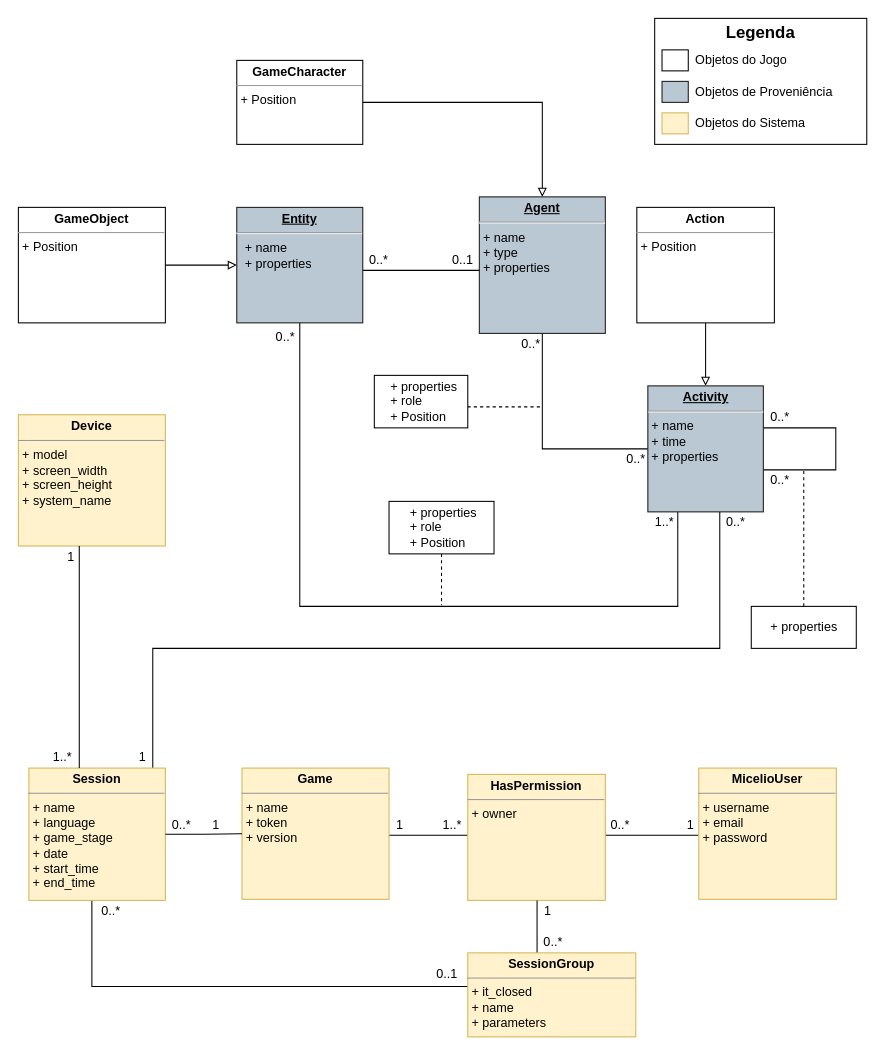
The draw.io diagram page "WebAPI Class Model" (5 of 7) of Documentation/Diagramas/Modelo De Dados Proveniencia.drawio in multisens/micelio, before the edit. Source tidied: cells renumbered, new cells numbered last; positions are measured from the earlier drawing's top-left corner, leaving out a move shared by most shapes. Both pictures are drawn from the tidied source at 105%, with x=0, y=0 at pixel (18, 18).
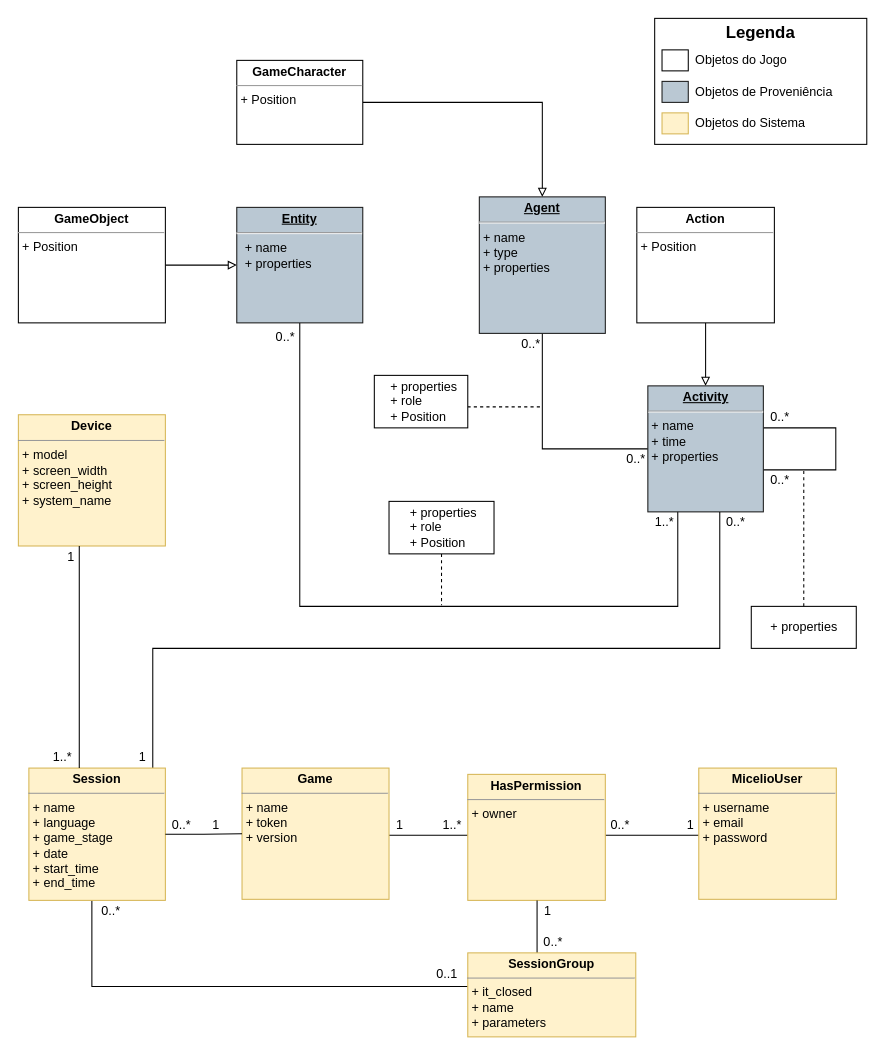
Above is the later version.

Unchanged cells that the change refers to:
```xml
<mxCell id="3" value="&lt;p style=&quot;margin: 0px ; margin-top: 4px ; text-align: center ; text-decoration: underline&quot;&gt;&lt;b&gt;Agent&lt;/b&gt;&lt;/p&gt;&lt;hr&gt;&lt;p style=&quot;margin: 0px 0px 0px 4px&quot;&gt;&lt;span&gt;+ name&lt;/span&gt;&lt;br&gt;&lt;/p&gt;&lt;p style=&quot;margin: 0px 0px 0px 4px&quot;&gt;+ type&lt;/p&gt;&lt;p style=&quot;margin: 0px 0px 0px 4px&quot;&gt;+ properties&lt;/p&gt;&lt;p style=&quot;margin: 0px 0px 0px 4px&quot;&gt;&lt;/p&gt;" style="verticalAlign=top;align=left;overflow=fill;fontSize=12;fontFamily=Helvetica;html=1;fillColor=#bac8d3;strokeColor=#1A1A1A;" parent="1" vertex="1">
  <mxGeometry x="439" y="170" width="120" height="130" as="geometry" />
</mxCell>
<mxCell id="10" value="&lt;p style=&quot;margin: 0px ; margin-top: 4px ; text-align: center ; text-decoration: underline&quot;&gt;&lt;b&gt;Entity&lt;/b&gt;&lt;/p&gt;&lt;hr&gt;&lt;p style=&quot;margin: 0px ; margin-left: 8px&quot;&gt;&lt;span&gt;+ name&lt;/span&gt;&lt;br&gt;&lt;/p&gt;&lt;p style=&quot;margin: 0px ; margin-left: 8px&quot;&gt;+ properties&lt;/p&gt;" style="verticalAlign=top;align=left;overflow=fill;fontSize=12;fontFamily=Helvetica;html=1;fillColor=#bac8d3;strokeColor=#1A1A1A;" parent="1" vertex="1">
  <mxGeometry x="208" y="180" width="120" height="110" as="geometry" />
</mxCell>
```

What changed in the source:
```diff
@@
-    <mxCell id="8" style="edgeStyle=orthogonalEdgeStyle;rounded=0;jettySize=auto;html=1;endArrow=none;endFill=0;" parent="1" edge="1" source="10" target="3">
-      <mxGeometry relative="1" as="geometry">
-        <Array as="points">
-          <mxPoint x="378" y="240" />
-          <mxPoint x="378" y="240" />
-        </Array>
-      </mxGeometry>
-    </mxCell>
@@
-    <mxCell id="23" value="0..*" style="text;html=1;align=center;verticalAlign=middle;" parent="1" vertex="1">
-      <mxGeometry x="328" y="220" width="30" height="20" as="geometry" />
-    </mxCell>
-    <mxCell id="24" value="0..1" style="text;html=1;align=center;verticalAlign=middle;" parent="1" vertex="1">
-      <mxGeometry x="403" y="220" width="40" height="20" as="geometry" />
-    </mxCell>
```
